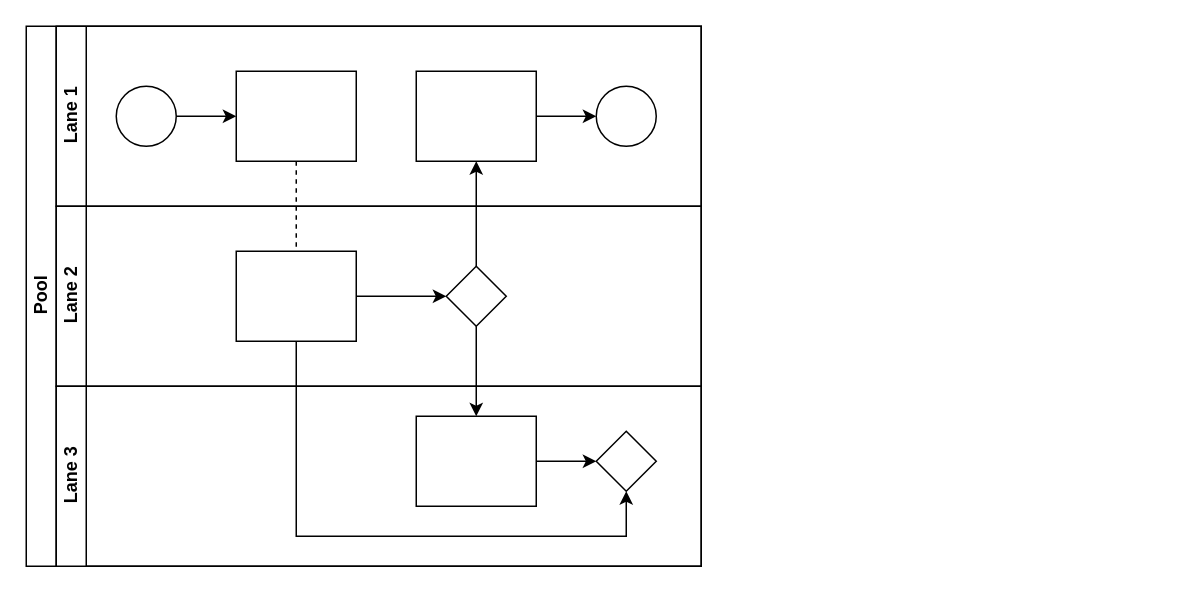
This is 未命名绘图.drawio from piaolinzhi/fight, a draw.io file, before an edit. Source tidied: cells renumbered, new cells numbered last; positions are measured from the earlier drawing's top-left corner, leaving out a move shared by most shapes. Both pictures are drawn from the tidied source at 150%, with x=0, y=0 at pixel (26, 26).
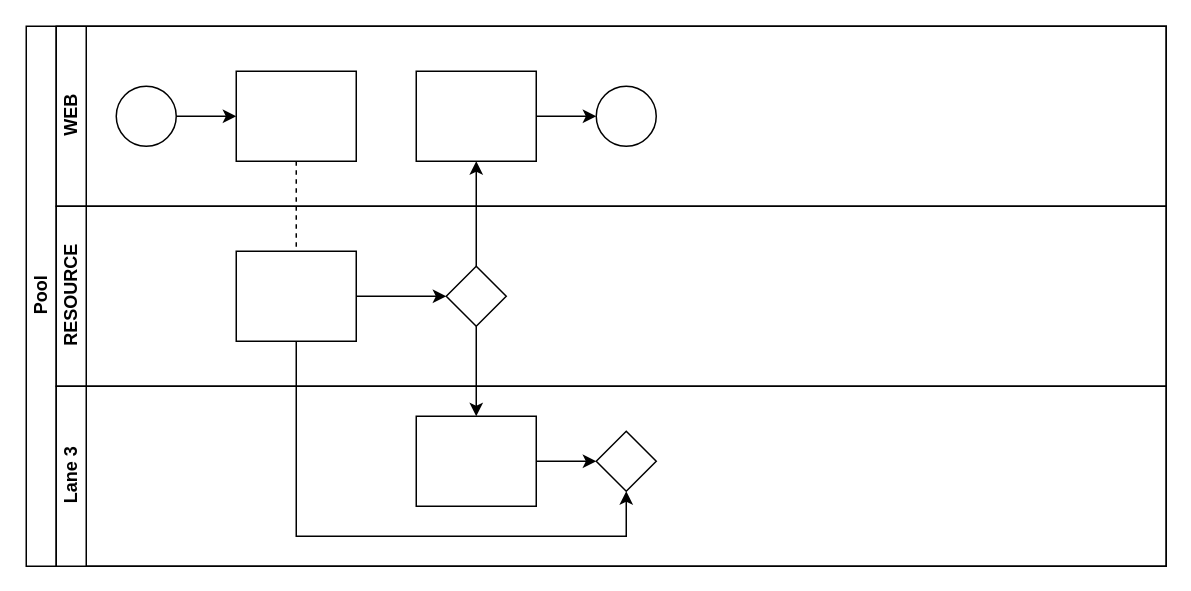
The same page after the edit.

What changed in the source:
```diff
@@
     <mxCell id="2" value="Pool" style="swimlane;html=1;horizontal=0;startSize=20;" parent="1" vertex="1">
-      <mxGeometry width="450" height="360" as="geometry" />
+      <mxGeometry width="760" height="360" as="geometry" />
     </mxCell>
@@
-    <mxCell id="7" value="Lane 1" style="swimlane;html=1;startSize=20;horizontal=0;" parent="2" vertex="1">
-      <mxGeometry x="20" width="430" height="120" as="geometry" />
+    <mxCell id="7" value="WEB" style="swimlane;html=1;startSize=20;horizontal=0;" parent="2" vertex="1">
+      <mxGeometry x="20" width="740" height="120" as="geometry" />
     </mxCell>
@@
-    <mxCell id="14" value="Lane 2" style="swimlane;html=1;startSize=20;horizontal=0;" parent="2" vertex="1">
-      <mxGeometry x="20" y="120" width="430" height="120" as="geometry" />
+    <mxCell id="14" value="RESOURCE" style="swimlane;html=1;startSize=20;horizontal=0;" parent="2" vertex="1">
+      <mxGeometry x="20" y="120" width="740" height="120" as="geometry" />
     </mxCell>
@@
     <mxCell id="18" value="Lane 3" style="swimlane;html=1;startSize=20;horizontal=0;" parent="2" vertex="1">
-      <mxGeometry x="20" y="240" width="430" height="120" as="geometry" />
+      <mxGeometry x="20" y="240" width="740" height="120" as="geometry" />
     </mxCell>
```
